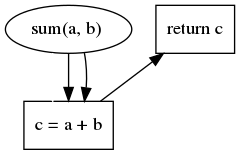
Earlier version of the Graphviz export ddg.gv.png (Olshanskaya/data_dependency_graph). Its source is kept beside it as ddg.gv.
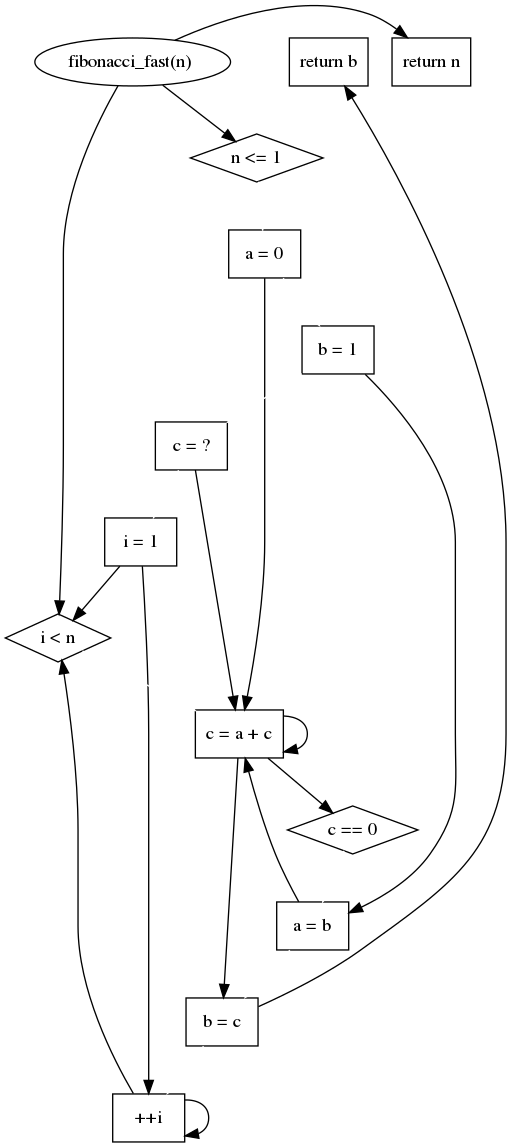
Later version of the same file.

What changed in the source:
```diff
@@ -1,9 +1,46 @@
-digraph {
-	fun_decl [label="sum(a, b) "]
-	c1 [label="c = a + b" shape=box]
-	fun_decl -> c1 [color=white constraint=true]
-	fun_decl -> c1 [color=black constraint=true]
-	fun_decl -> c1 [color=black constraint=true]
-	return9 [label="return c" shape=box]
-	c1 -> return9 [color=black constraint=false]
+strict digraph {
+	fun_decl [label="fibonacci_fast(n) "]
+	"n <= 1" [label="n <= 1" shape=diamond]
+	fun_decl -> "n <= 1" [color=white constraint=true]
+	fun_decl -> "n <= 1" [color=black constraint=true]
+	return23 [label="return n" shape=box]
+	fun_decl -> return23 [color=black constraint=false]
+	a1 [label="a = 0" shape=box]
+	"n <= 1" -> a1 [color=white constraint=true]
+	b1 [label="b = 1" shape=box]
+	a1 -> b1 [color=white constraint=true]
+	c1 [label="c = ?" shape=box]
+	b1 -> c1 [color=white constraint=true]
+	i1 [label="i = 1" shape=box]
+	c1 -> i1 [color=white constraint=true]
+	"i < n" [label="i < n" shape=diamond]
+	i1 -> "i < n" [color=white constraint=true]
+	i1 -> "i < n" [color=black constraint=true]
+	fun_decl -> "i < n" [color=black constraint=true]
+	c11 [label="c = a + c" shape=box]
+	c11 [label="c = a + c" shape=box]
+	"i < n" -> c11 [color=white constraint=true]
+	c11 -> c11 [color=black constraint=true]
+	c1 -> c11 [color=black constraint=true]
+	a1 -> c11 [color=black constraint=true]
+	"c == 0" [label="c == 0" shape=diamond]
+	c11 -> "c == 0" [color=white constraint=true]
+	c11 -> "c == 0" [color=black constraint=true]
+	a11 [label="a = b" shape=box]
+	a11 [label="a = b" shape=box]
+	"c == 0" -> a11 [color=white constraint=true]
+	b1 -> a11 [color=black constraint=true]
+	b11 [label="b = c" shape=box]
+	b11 [label="b = c" shape=box]
+	a11 -> b11 [color=white constraint=true]
+	c11 -> b11 [color=black constraint=true]
+	a11 -> c11 [color=black constraint=true]
+	c11 -> c11 [color=black constraint=true]
+	i11 [label="++i" shape=box]
+	b11 -> i11 [color=white constraint=true]
+	i1 -> i11 [color=black constraint=true]
+	i11 -> i11 [color=black constraint=true]
+	i11 -> "i < n" [color=black constraint=true]
+	return15 [label="return b" shape=box]
+	b11 -> return15 [color=black constraint=false]
 }
```
